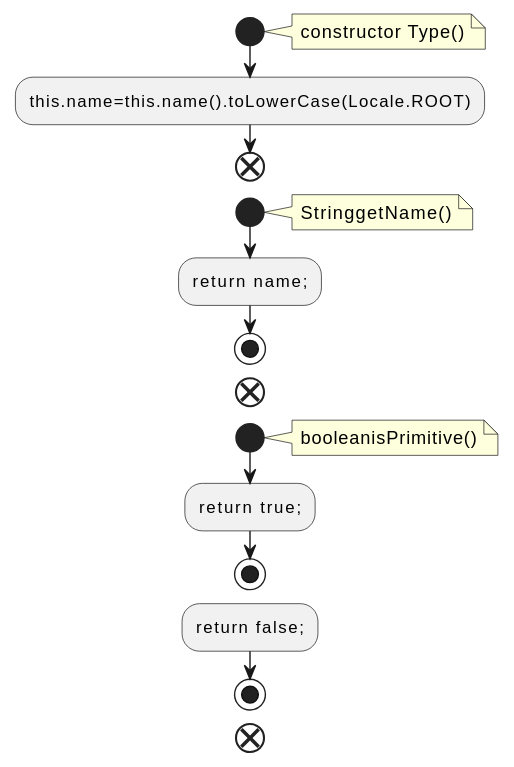
Before: docs/qc/connect/api/src/main/java/org/apache/kafka/connect/data/Schema.java.fct.svg, a diagram exported from PlantUML (qualitesys/kafka). The source it was exported from:
```plantuml
@startuml
!pragma layout smetana
start
note right
constructor Type()
end note
:this.name=this.name().toLowerCase(Locale.ROOT);
end
start
note right
StringgetName()
end note
:return name;;
stop
end
start
note right
booleanisPrimitive()
end note
:return true;;
stop
:return false;;
stop
end
@enduml
```
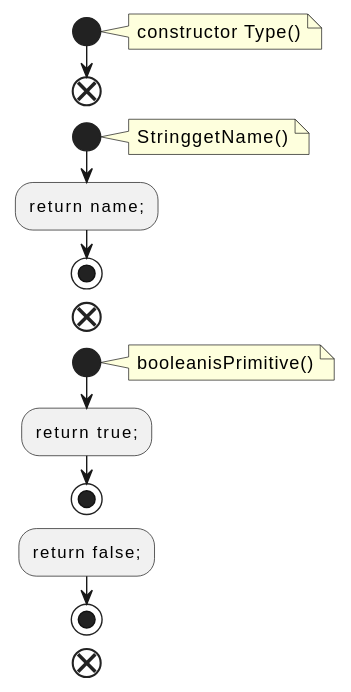
After the commit.

The edit, as a diff of the source:
```diff
@@ -4,7 +4,6 @@
 note right
 constructor Type()
 end note
-:this.name=this.name().toLowerCase(Locale.ROOT);
 end
 start
 note right
```
